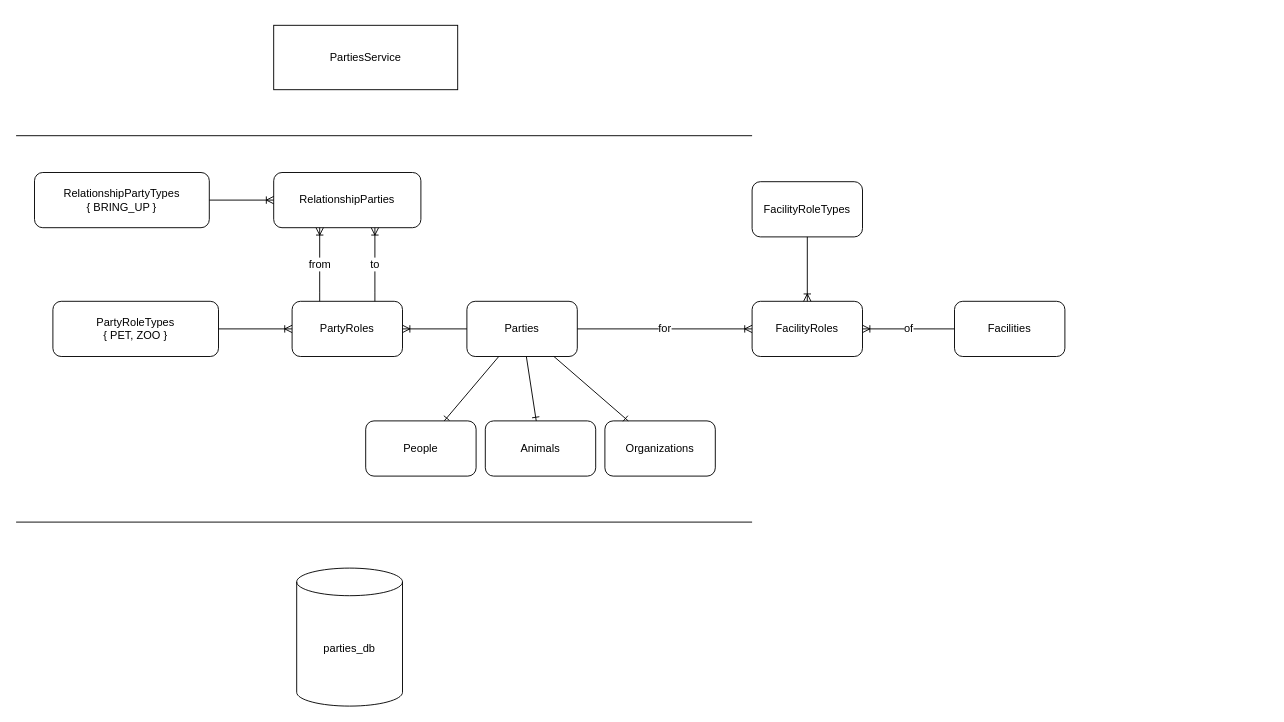
Earlier version of the draw.io diagram docs/moodeng.drawio (chavp/hello-api). Source tidied: cells renumbered, new cells numbered last; positions are measured from the earlier drawing's top-left corner, leaving out a move shared by most shapes. Both pictures are drawn from the tidied source at 92%, with x=0, y=0 at pixel (16, 25).
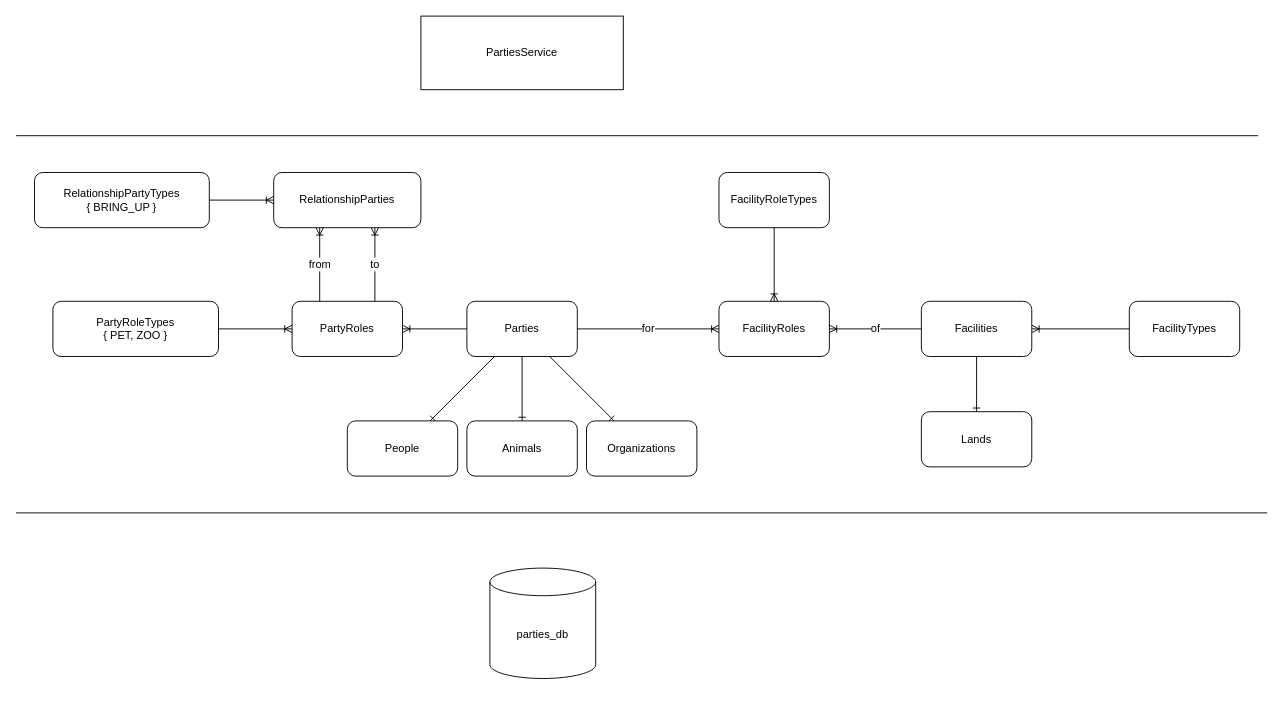
After the change.

What changed in the source:
```diff
@@
     <mxCell id="3" value="People" style="rounded=1;whiteSpace=wrap;html=1;" parent="1" vertex="1">
-      <mxGeometry x="380" y="430" width="120" height="60" as="geometry" />
+      <mxGeometry x="360" y="430" width="120" height="60" as="geometry" />
     </mxCell>
@@
     <mxCell id="9" value="Animals" style="rounded=1;whiteSpace=wrap;html=1;" parent="1" vertex="1">
-      <mxGeometry x="510" y="430" width="120" height="60" as="geometry" />
+      <mxGeometry x="490" y="430" width="120" height="60" as="geometry" />
     </mxCell>
@@
     <mxCell id="11" value="Organizations" style="rounded=1;whiteSpace=wrap;html=1;" parent="1" vertex="1">
-      <mxGeometry x="640" y="430" width="120" height="60" as="geometry" />
+      <mxGeometry x="620" y="430" width="120" height="60" as="geometry" />
     </mxCell>
@@
     <mxCell id="18" value="PartiesService" style="rounded=0;whiteSpace=wrap;html=1;" parent="1" vertex="1">
-      <mxGeometry x="280" width="200" height="70" as="geometry" />
+      <mxGeometry x="440" y="-10" width="220" height="80" as="geometry" />
     </mxCell>
     <mxCell id="19" style="endArrow=none;html=1;rounded=0;" parent="1" edge="1">
       <mxGeometry relative="1" as="geometry">
         <mxPoint y="120" as="sourcePoint" />
-        <mxPoint x="800" y="120" as="targetPoint" />
+        <mxPoint x="1350" y="120" as="targetPoint" />
       </mxGeometry>
     </mxCell>
     <mxCell id="20" style="endArrow=none;html=1;rounded=0;" parent="1" edge="1">
       <mxGeometry relative="1" as="geometry">
-        <mxPoint y="540" as="sourcePoint" />
-        <mxPoint x="800" y="540" as="targetPoint" />
+        <mxPoint y="530" as="sourcePoint" />
+        <mxPoint x="1360" y="530" as="targetPoint" />
       </mxGeometry>
     </mxCell>
     <mxCell id="21" value="parties_db" style="shape=cylinder3;whiteSpace=wrap;html=1;boundedLbl=1;backgroundOutline=1;size=15;" parent="1" vertex="1">
-      <mxGeometry x="305" y="590" width="115" height="150" as="geometry" />
+      <mxGeometry x="515" y="590" width="115" height="120" as="geometry" />
     </mxCell>
     <mxCell id="22" value="Facilities" style="rounded=1;whiteSpace=wrap;html=1;" parent="1" vertex="1">
-      <mxGeometry x="1020" y="300" width="120" height="60" as="geometry" />
+      <mxGeometry x="984" y="300" width="120" height="60" as="geometry" />
     </mxCell>
     <mxCell id="23" value="FacilityRoleTypes" style="rounded=1;whiteSpace=wrap;html=1;" parent="1" vertex="1">
-      <mxGeometry x="800" y="170" width="120" height="60" as="geometry" />
+      <mxGeometry x="764" y="160" width="120" height="60" as="geometry" />
     </mxCell>
     <mxCell id="24" value="FacilityRoles" style="rounded=1;whiteSpace=wrap;html=1;" parent="1" vertex="1">
-      <mxGeometry x="800" y="300" width="120" height="60" as="geometry" />
+      <mxGeometry x="764" y="300" width="120" height="60" as="geometry" />
     </mxCell>
@@
+    <mxCell id="28" value="Lands" style="rounded=1;whiteSpace=wrap;html=1;" parent="1" vertex="1">
+      <mxGeometry x="984" y="420" width="120" height="60" as="geometry" />
+    </mxCell>
+    <mxCell id="29" style="fontSize=12;html=1;endArrow=ERone;endFill=1;rounded=0;" parent="1" edge="1" source="22" target="28">
+      <mxGeometry relative="1" as="geometry" />
+    </mxCell>
+    <mxCell id="30" value="FacilityTypes" style="rounded=1;whiteSpace=wrap;html=1;" parent="1" vertex="1">
+      <mxGeometry x="1210" y="300" width="120" height="60" as="geometry" />
+    </mxCell>
+    <mxCell id="31" style="fontSize=12;html=1;endArrow=ERoneToMany;rounded=0;" parent="1" edge="1" source="30" target="22">
+      <mxGeometry relative="1" as="geometry" />
+    </mxCell>
```
